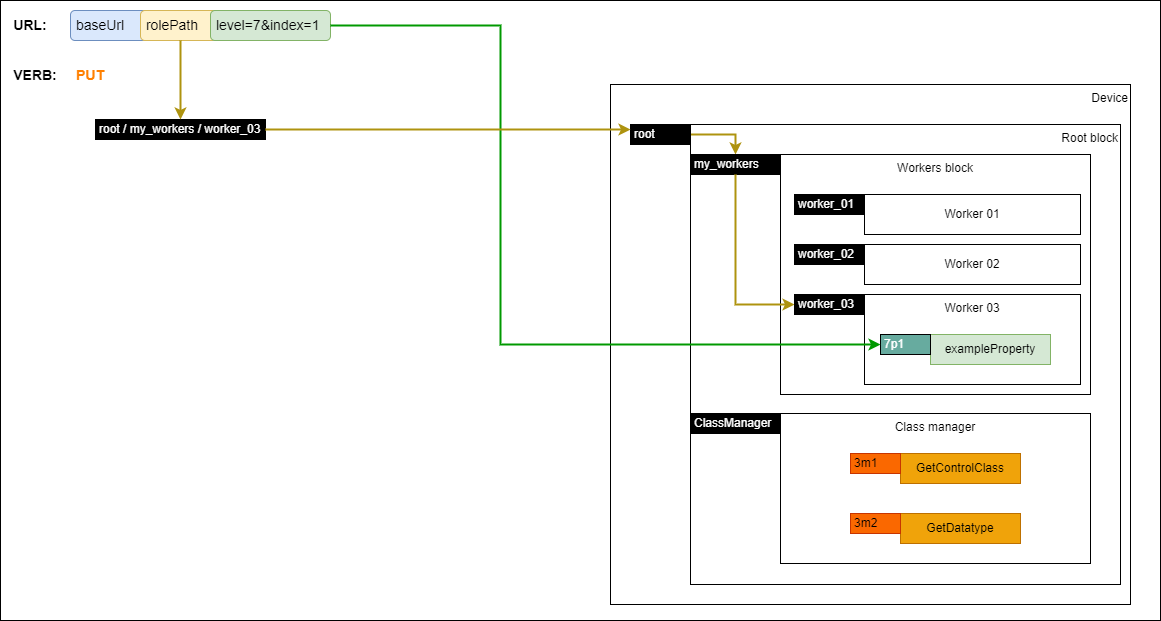
Earlier version of the draw.io export docs/images/putting-a-property.png (AMWA-TV/is-device-configuration). Source tidied: cells renumbered, new cells last; positions are measured from the earlier drawing's top-left corner, leaving out a move shared by most shapes. Its diagram source:
```xml
<mxGraphModel>
  <root>
    <mxCell id="0" />
    <mxCell id="1" parent="0" />
    <mxCell id="2" style="rounded=0;whiteSpace=wrap;html=1;" parent="1" vertex="1">
      <mxGeometry width="1160" height="620" as="geometry" />
    </mxCell>
    <mxCell id="3" value="Device" style="rounded=0;whiteSpace=wrap;html=1;align=right;verticalAlign=top;" parent="1" vertex="1">
      <mxGeometry x="610" y="84" width="520" height="520" as="geometry" />
    </mxCell>
    <mxCell id="4" value="&lt;div&gt;Root block&lt;br&gt;&lt;/div&gt;" style="rounded=0;whiteSpace=wrap;html=1;align=right;verticalAlign=top;" parent="1" vertex="1">
      <mxGeometry x="690" y="124" width="430" height="460" as="geometry" />
    </mxCell>
    <mxCell id="5" value="Workers block" style="rounded=0;whiteSpace=wrap;html=1;verticalAlign=top;" parent="1" vertex="1">
      <mxGeometry x="780" y="154" width="310" height="240" as="geometry" />
    </mxCell>
    <mxCell id="6" value="Worker 01" style="rounded=0;whiteSpace=wrap;html=1;" parent="1" vertex="1">
      <mxGeometry x="864" y="194" width="216" height="40" as="geometry" />
    </mxCell>
    <mxCell id="7" value="Worker 02" style="rounded=0;whiteSpace=wrap;html=1;" parent="1" vertex="1">
      <mxGeometry x="864" y="244" width="216" height="40" as="geometry" />
    </mxCell>
    <mxCell id="8" value="Worker 03" style="rounded=0;whiteSpace=wrap;html=1;verticalAlign=top;" parent="1" vertex="1">
      <mxGeometry x="864" y="294" width="216" height="90" as="geometry" />
    </mxCell>
    <mxCell id="9" style="edgeStyle=orthogonalEdgeStyle;rounded=0;jettySize=auto;html=1;exitX=1;exitY=0.5;exitDx=0;exitDy=0;fontColor=#000000;strokeColor=#ae930f;strokeWidth=2;" parent="1" edge="1" source="10" target="11">
      <mxGeometry relative="1" as="geometry" />
    </mxCell>
    <mxCell id="10" value="root" style="rounded=0;whiteSpace=wrap;html=1;align=left;fillColor=#000000;fontColor=#FFFFFF;spacingLeft=2;" parent="1" vertex="1">
      <mxGeometry x="630" y="124" width="60" height="20" as="geometry" />
    </mxCell>
    <mxCell id="11" value="my_workers" style="rounded=0;whiteSpace=wrap;html=1;align=left;fillColor=#000000;fontColor=#FFFFFF;spacingLeft=2;" parent="1" vertex="1">
      <mxGeometry x="690" y="154" width="90" height="20" as="geometry" />
    </mxCell>
    <mxCell id="12" value="worker_01" style="rounded=0;whiteSpace=wrap;html=1;align=left;fillColor=#000000;fontColor=#FFFFFF;spacingLeft=2;" parent="1" vertex="1">
      <mxGeometry x="794" y="194" width="70" height="20" as="geometry" />
    </mxCell>
    <mxCell id="13" value="exampleProperty" style="rounded=0;whiteSpace=wrap;html=1;fillColor=#d5e8d4;strokeColor=#82b366;fontColor=default;" parent="1" vertex="1">
      <mxGeometry x="930" y="334" width="120" height="30" as="geometry" />
    </mxCell>
    <mxCell id="14" value="7p1" style="rounded=0;whiteSpace=wrap;html=1;align=left;fillColor=#67AB9F;fontColor=#FFFFFF;spacingLeft=2;" parent="1" vertex="1">
      <mxGeometry x="880" y="334" width="50" height="20" as="geometry" />
    </mxCell>
    <mxCell id="15" value="Class manager" style="rounded=0;whiteSpace=wrap;html=1;verticalAlign=top;" parent="1" vertex="1">
      <mxGeometry x="780" y="413" width="310" height="150" as="geometry" />
    </mxCell>
    <mxCell id="16" value="ClassManager" style="rounded=0;whiteSpace=wrap;html=1;align=left;fillColor=#000000;fontColor=#FFFFFF;spacingLeft=2;" parent="1" vertex="1">
      <mxGeometry x="690" y="413" width="90" height="20" as="geometry" />
    </mxCell>
    <mxCell id="17" value="worker_02" style="rounded=0;whiteSpace=wrap;html=1;align=left;fillColor=#000000;fontColor=#FFFFFF;spacingLeft=2;" parent="1" vertex="1">
      <mxGeometry x="794" y="244" width="70" height="20" as="geometry" />
    </mxCell>
    <mxCell id="18" value="GetControlClass" style="rounded=0;whiteSpace=wrap;html=1;fillColor=#f0a30a;strokeColor=#BD7000;fontColor=#000000;" parent="1" vertex="1">
      <mxGeometry x="900" y="453" width="120" height="30" as="geometry" />
    </mxCell>
    <mxCell id="19" value="3m1" style="rounded=0;whiteSpace=wrap;html=1;align=left;fillColor=#fa6800;fontColor=#000000;spacingLeft=2;strokeColor=#C73500;" parent="1" vertex="1">
      <mxGeometry x="850" y="453" width="50" height="20" as="geometry" />
    </mxCell>
    <mxCell id="20" value="GetDatatype" style="rounded=0;whiteSpace=wrap;html=1;fillColor=#f0a30a;strokeColor=#BD7000;fontColor=#000000;" parent="1" vertex="1">
      <mxGeometry x="900" y="513" width="120" height="30" as="geometry" />
    </mxCell>
    <mxCell id="21" value="3m2" style="rounded=0;whiteSpace=wrap;html=1;align=left;fillColor=#fa6800;fontColor=#000000;spacingLeft=2;strokeColor=#C73500;" parent="1" vertex="1">
      <mxGeometry x="850" y="513" width="50" height="20" as="geometry" />
    </mxCell>
    <mxCell id="22" value="&amp;nbsp;baseUrl" style="rounded=1;whiteSpace=wrap;html=1;align=left;fontSize=14;fillColor=#dae8fc;strokeColor=#6c8ebf;" parent="1" vertex="1">
      <mxGeometry x="70" y="10" width="90" height="30" as="geometry" />
    </mxCell>
    <mxCell id="23" value="&amp;nbsp;rolePath" style="rounded=1;whiteSpace=wrap;html=1;align=left;fontSize=14;fillColor=#fff2cc;strokeColor=#d6b656;" parent="1" vertex="1">
      <mxGeometry x="140" y="10" width="80" height="30" as="geometry" />
    </mxCell>
    <mxCell id="24" value="&amp;nbsp;level=7&amp;amp;index=1" style="rounded=1;whiteSpace=wrap;html=1;align=left;fontSize=14;fillColor=#d5e8d4;strokeColor=#82b366;" parent="1" vertex="1">
      <mxGeometry x="210" y="10" width="120" height="30" as="geometry" />
    </mxCell>
    <mxCell id="25" value="URL:" style="text;html=1;strokeColor=none;fillColor=none;align=center;verticalAlign=middle;whiteSpace=wrap;rounded=0;fontStyle=1;fontSize=14;" parent="1" vertex="1">
      <mxGeometry x="10" y="10" width="40" height="30" as="geometry" />
    </mxCell>
    <mxCell id="26" value="VERB:" style="text;html=1;strokeColor=none;fillColor=none;align=center;verticalAlign=middle;whiteSpace=wrap;rounded=0;fontStyle=1;fontSize=14;" parent="1" vertex="1">
      <mxGeometry x="10" y="60" width="50" height="30" as="geometry" />
    </mxCell>
    <mxCell id="27" value="PUT" style="text;html=1;strokeColor=none;fillColor=none;align=center;verticalAlign=middle;whiteSpace=wrap;rounded=0;fontStyle=1;fontSize=14;fontColor=#FF8000;" parent="1" vertex="1">
      <mxGeometry x="70" y="60" width="40" height="30" as="geometry" />
    </mxCell>
    <mxCell id="28" value="root / my_workers / worker_03" style="rounded=0;whiteSpace=wrap;html=1;align=left;fillColor=#000000;fontColor=#FFFFFF;spacingLeft=2;" parent="1" vertex="1">
      <mxGeometry x="95" y="119" width="170" height="20" as="geometry" />
    </mxCell>
    <mxCell id="29" style="edgeStyle=orthogonalEdgeStyle;rounded=0;jettySize=auto;html=1;exitX=0.5;exitY=1;exitDx=0;exitDy=0;fontColor=#000000;strokeColor=#ae930f;strokeWidth=2;entryX=0;entryY=0.5;entryDx=0;entryDy=0;" parent="1" edge="1" source="11" target="30">
      <mxGeometry relative="1" as="geometry" />
    </mxCell>
    <mxCell id="30" value="worker_03" style="rounded=0;whiteSpace=wrap;html=1;align=left;fillColor=#000000;fontColor=#FFFFFF;spacingLeft=2;" parent="1" vertex="1">
      <mxGeometry x="794" y="294" width="70" height="20" as="geometry" />
    </mxCell>
    <mxCell id="31" style="edgeStyle=orthogonalEdgeStyle;rounded=0;jettySize=auto;html=1;exitX=1;exitY=0.5;exitDx=0;exitDy=0;fontColor=#000000;strokeColor=#009900;strokeWidth=2;entryX=0;entryY=0.5;entryDx=0;entryDy=0;" parent="1" edge="1" source="24" target="14">
      <mxGeometry relative="1" as="geometry">
        <Array as="points">
          <mxPoint x="500" y="25" />
          <mxPoint x="500" y="344" />
        </Array>
      </mxGeometry>
    </mxCell>
    <mxCell id="32" style="edgeStyle=orthogonalEdgeStyle;rounded=0;jettySize=auto;html=1;exitX=1;exitY=0.5;exitDx=0;exitDy=0;fontColor=#000000;strokeColor=#ae930f;entryX=0;entryY=0.25;entryDx=0;entryDy=0;strokeWidth=2;" parent="1" edge="1" source="28" target="10">
      <mxGeometry relative="1" as="geometry">
        <Array as="points">
          <mxPoint x="265" y="129" />
        </Array>
      </mxGeometry>
    </mxCell>
    <mxCell id="33" style="edgeStyle=orthogonalEdgeStyle;rounded=0;jettySize=auto;html=1;fontColor=#000000;strokeColor=#ae930f;entryX=0.5;entryY=0;entryDx=0;entryDy=0;strokeWidth=2;" parent="1" edge="1" source="23" target="28">
      <mxGeometry relative="1" as="geometry" />
    </mxCell>
  </root>
</mxGraphModel>
```
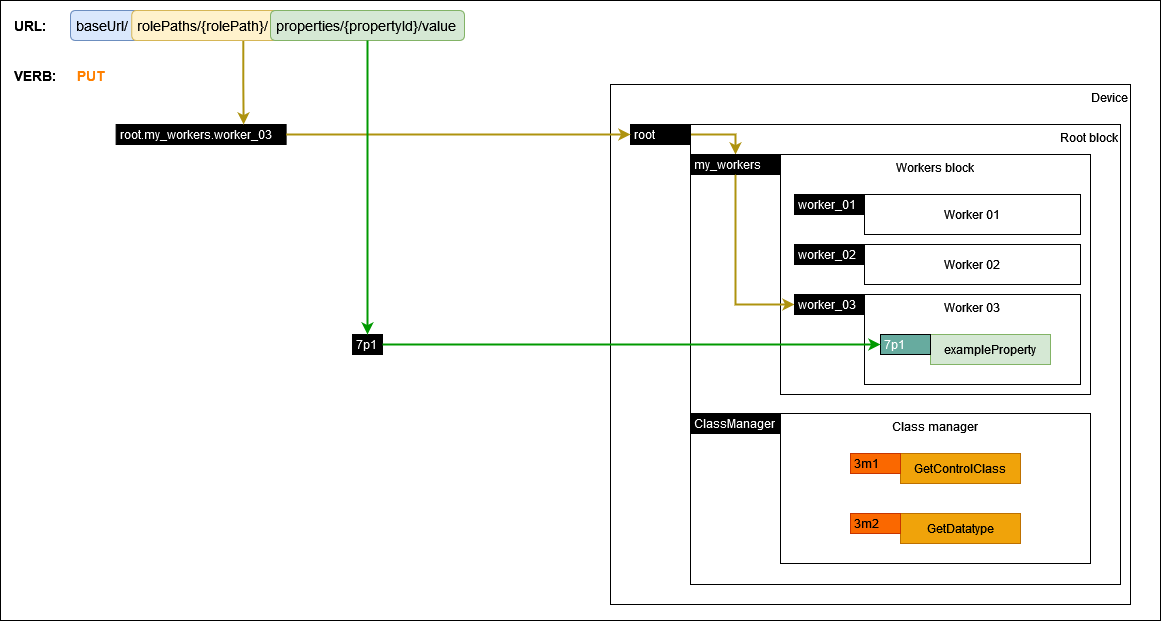
The same diagram one commit later.

The edit, as a diff of the source:
```diff
@@ -62,15 +62,6 @@
     <mxCell id="21" value="3m2" style="rounded=0;whiteSpace=wrap;html=1;align=left;fillColor=#fa6800;fontColor=#000000;spacingLeft=2;strokeColor=#C73500;" parent="1" vertex="1">
       <mxGeometry x="850" y="513" width="50" height="20" as="geometry" />
     </mxCell>
-    <mxCell id="22" value="&amp;nbsp;baseUrl" style="rounded=1;whiteSpace=wrap;html=1;align=left;fontSize=14;fillColor=#dae8fc;strokeColor=#6c8ebf;" parent="1" vertex="1">
-      <mxGeometry x="70" y="10" width="90" height="30" as="geometry" />
-    </mxCell>
-    <mxCell id="23" value="&amp;nbsp;rolePath" style="rounded=1;whiteSpace=wrap;html=1;align=left;fontSize=14;fillColor=#fff2cc;strokeColor=#d6b656;" parent="1" vertex="1">
-      <mxGeometry x="140" y="10" width="80" height="30" as="geometry" />
-    </mxCell>
-    <mxCell id="24" value="&amp;nbsp;level=7&amp;amp;index=1" style="rounded=1;whiteSpace=wrap;html=1;align=left;fontSize=14;fillColor=#d5e8d4;strokeColor=#82b366;" parent="1" vertex="1">
-      <mxGeometry x="210" y="10" width="120" height="30" as="geometry" />
-    </mxCell>
     <mxCell id="25" value="URL:" style="text;html=1;strokeColor=none;fillColor=none;align=center;verticalAlign=middle;whiteSpace=wrap;rounded=0;fontStyle=1;fontSize=14;" parent="1" vertex="1">
       <mxGeometry x="10" y="10" width="40" height="30" as="geometry" />
     </mxCell>
@@ -80,8 +71,8 @@
     <mxCell id="27" value="PUT" style="text;html=1;strokeColor=none;fillColor=none;align=center;verticalAlign=middle;whiteSpace=wrap;rounded=0;fontStyle=1;fontSize=14;fontColor=#FF8000;" parent="1" vertex="1">
       <mxGeometry x="70" y="60" width="40" height="30" as="geometry" />
     </mxCell>
-    <mxCell id="28" value="root / my_workers / worker_03" style="rounded=0;whiteSpace=wrap;html=1;align=left;fillColor=#000000;fontColor=#FFFFFF;spacingLeft=2;" parent="1" vertex="1">
-      <mxGeometry x="95" y="119" width="170" height="20" as="geometry" />
+    <mxCell id="28" value="root.my_workers.worker_03" style="rounded=0;whiteSpace=wrap;html=1;align=left;fillColor=#000000;fontColor=#FFFFFF;spacingLeft=2;" parent="1" vertex="1">
+      <mxGeometry x="115.6" y="124" width="170" height="20" as="geometry" />
     </mxCell>
     <mxCell id="29" style="edgeStyle=orthogonalEdgeStyle;rounded=0;jettySize=auto;html=1;exitX=0.5;exitY=1;exitDx=0;exitDy=0;fontColor=#000000;strokeColor=#ae930f;strokeWidth=2;entryX=0;entryY=0.5;entryDx=0;entryDy=0;" parent="1" edge="1" source="11" target="30">
       <mxGeometry relative="1" as="geometry" />
@@ -89,23 +80,35 @@
     <mxCell id="30" value="worker_03" style="rounded=0;whiteSpace=wrap;html=1;align=left;fillColor=#000000;fontColor=#FFFFFF;spacingLeft=2;" parent="1" vertex="1">
       <mxGeometry x="794" y="294" width="70" height="20" as="geometry" />
     </mxCell>
-    <mxCell id="31" style="edgeStyle=orthogonalEdgeStyle;rounded=0;jettySize=auto;html=1;exitX=1;exitY=0.5;exitDx=0;exitDy=0;fontColor=#000000;strokeColor=#009900;strokeWidth=2;entryX=0;entryY=0.5;entryDx=0;entryDy=0;" parent="1" edge="1" source="24" target="14">
-      <mxGeometry relative="1" as="geometry">
-        <Array as="points">
-          <mxPoint x="500" y="25" />
-          <mxPoint x="500" y="344" />
-        </Array>
-      </mxGeometry>
-    </mxCell>
+    <mxCell id="33" style="edgeStyle=orthogonalEdgeStyle;rounded=0;jettySize=auto;html=1;fontColor=#000000;strokeColor=#ae930f;entryX=0.75;entryY=0;entryDx=0;entryDy=0;strokeWidth=2;exitX=0.75;exitY=1;exitDx=0;exitDy=0;" parent="1" edge="1" source="35" target="28">
+      <mxGeometry relative="1" as="geometry" />
+    </mxCell>
+    <mxCell id="34" value="&amp;nbsp;baseUrl/" style="rounded=1;whiteSpace=wrap;html=1;align=left;fontSize=14;fillColor=#dae8fc;strokeColor=#6c8ebf;" parent="1" vertex="1">
+      <mxGeometry x="70" y="10" width="90" height="30" as="geometry" />
+    </mxCell>
+    <mxCell id="35" value="&amp;nbsp;rolePaths/{rolePath}/" style="rounded=1;whiteSpace=wrap;html=1;align=left;fontSize=14;fillColor=#fff2cc;strokeColor=#d6b656;" parent="1" vertex="1">
+      <mxGeometry x="131.2" y="10" width="148.8" height="30" as="geometry" />
+    </mxCell>
+    <mxCell id="36" value="&amp;nbsp;properties/{propertyId}/value" style="rounded=1;whiteSpace=wrap;html=1;align=left;fontSize=14;fillColor=#d5e8d4;strokeColor=#82b366;" parent="1" vertex="1">
+      <mxGeometry x="270" y="10" width="194" height="30" as="geometry" />
+    </mxCell>
+    <mxCell id="37" value="7p1" style="rounded=0;whiteSpace=wrap;html=1;align=left;fillColor=#000000;fontColor=#FFFFFF;spacingLeft=2;" parent="1" vertex="1">
+      <mxGeometry x="352" y="334" width="30" height="20" as="geometry" />
+    </mxCell>
-    <mxCell id="32" style="edgeStyle=orthogonalEdgeStyle;rounded=0;jettySize=auto;html=1;exitX=1;exitY=0.5;exitDx=0;exitDy=0;fontColor=#000000;strokeColor=#ae930f;entryX=0;entryY=0.25;entryDx=0;entryDy=0;strokeWidth=2;" parent="1" edge="1" source="28" target="10">
-      <mxGeometry relative="1" as="geometry">
-        <Array as="points">
-          <mxPoint x="265" y="129" />
-        </Array>
-      </mxGeometry>
+    <mxCell id="32" style="edgeStyle=orthogonalEdgeStyle;rounded=0;jettySize=auto;html=1;fontColor=#000000;strokeColor=#ae930f;entryX=0;entryY=0.5;entryDx=0;entryDy=0;strokeWidth=2;exitX=1;exitY=0.5;exitDx=0;exitDy=0;" parent="1" edge="1" source="28" target="10">
+      <mxGeometry relative="1" as="geometry" />
     </mxCell>
-    <mxCell id="33" style="edgeStyle=orthogonalEdgeStyle;rounded=0;jettySize=auto;html=1;fontColor=#000000;strokeColor=#ae930f;entryX=0.5;entryY=0;entryDx=0;entryDy=0;strokeWidth=2;" parent="1" edge="1" source="23" target="28">
-      <mxGeometry relative="1" as="geometry" />
-    </mxCell>
+    <mxCell id="38" style="edgeStyle=orthogonalEdgeStyle;rounded=0;orthogonalLoop=1;jettySize=auto;html=1;exitX=0.5;exitY=1;exitDx=0;exitDy=0;fontColor=#000000;strokeColor=#009900;strokeWidth=2;entryX=0.5;entryY=0;entryDx=0;entryDy=0;" parent="1" edge="1">
+      <mxGeometry relative="1" as="geometry">
+        <mxPoint x="367" y="40" as="sourcePoint" />
+        <mxPoint x="367" y="334" as="targetPoint" />
+      </mxGeometry>
+    </mxCell>
+    <mxCell id="39" style="edgeStyle=orthogonalEdgeStyle;rounded=0;orthogonalLoop=1;jettySize=auto;html=1;exitX=1;exitY=0.5;exitDx=0;exitDy=0;fontColor=#000000;strokeColor=#009900;strokeWidth=2;entryX=0;entryY=0.5;entryDx=0;entryDy=0;" parent="1" edge="1">
+      <mxGeometry relative="1" as="geometry">
+        <mxPoint x="382" y="344" as="sourcePoint" />
+        <mxPoint x="880" y="344" as="targetPoint" />
+      </mxGeometry>
+    </mxCell>
   </root>
 </mxGraphModel>
```
